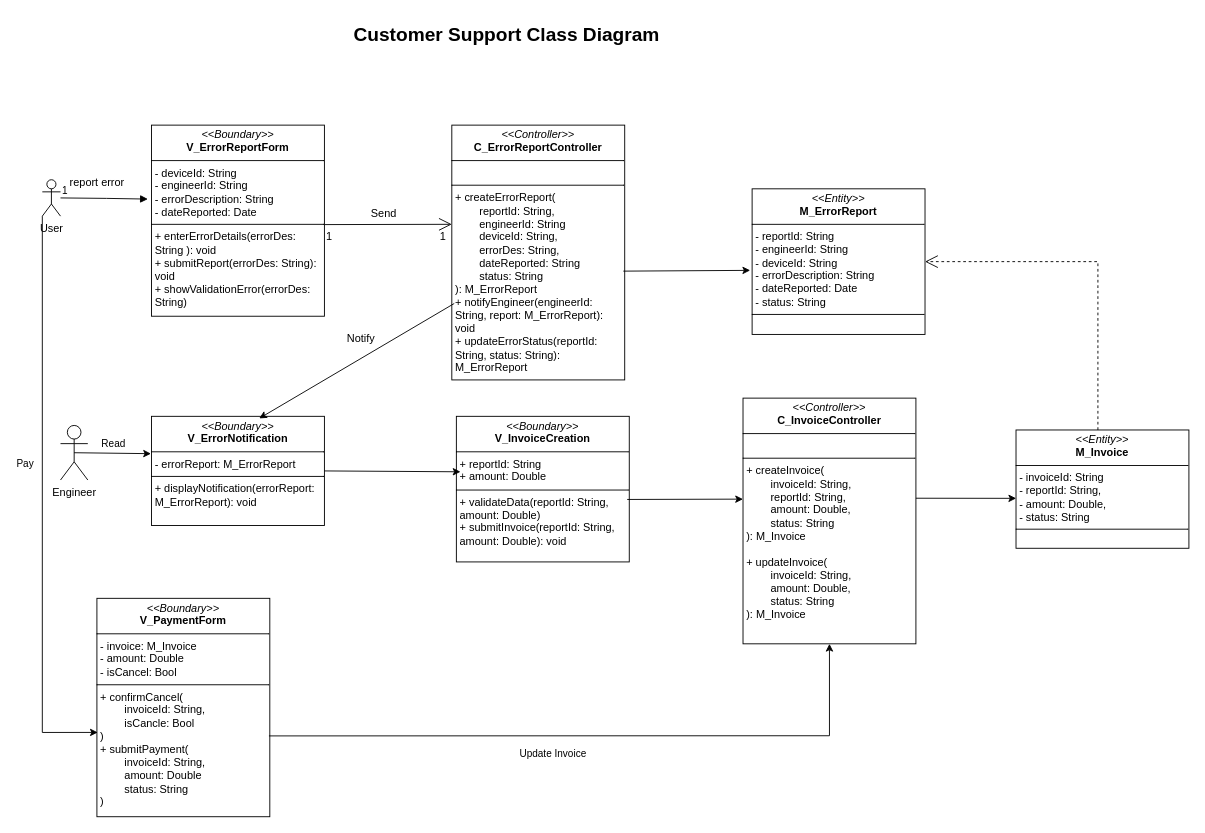
Before: Class diagram/customer_support_class.drawio in cuongceg/BTL-IT3120, a draw.io diagram. Source tidied: cells renumbered, new cells numbered last; positions are measured from the earlier drawing's top-left corner, leaving out a move shared by most shapes. Both pictures are drawn from the tidied source at 91%, with x=0, y=0 at pixel (42, 15).
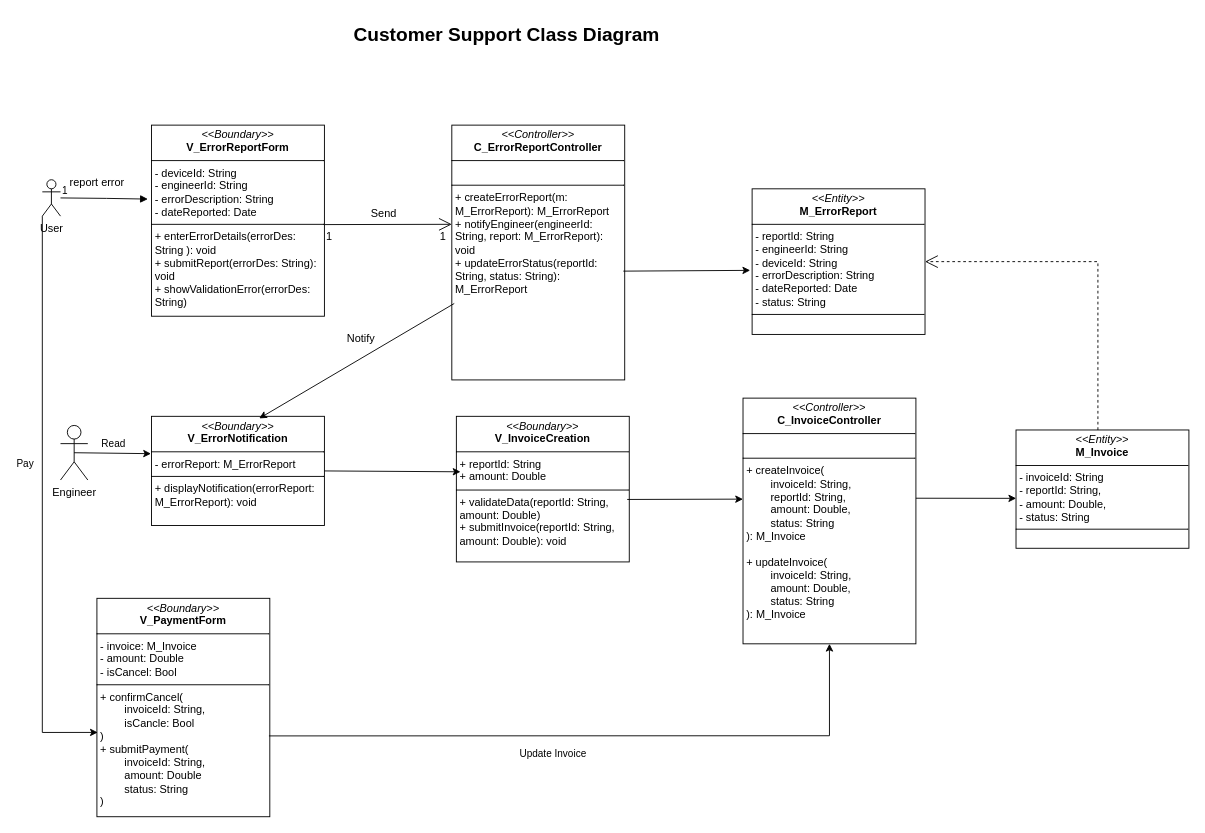
Above is the later version.

Commit message:
fix: pass M_ErrorReport as parameter

What changed in the source:
```diff
@@
-    <mxCell id="5" value="&lt;p style=&quot;margin:0px;margin-top:4px;text-align:center;&quot;&gt;&lt;i&gt;&amp;lt;&amp;lt;Controller&amp;gt;&amp;gt;&lt;/i&gt;&lt;br&gt;&lt;b&gt;C_&lt;/b&gt;&lt;span style=&quot;background-color: transparent; color: light-dark(rgb(0, 0, 0), rgb(255, 255, 255)); text-align: left;&quot;&gt;&lt;b&gt;ErrorReportController&lt;/b&gt;&lt;/span&gt;&lt;/p&gt;&lt;hr size=&quot;1&quot; style=&quot;border-style:solid;&quot;&gt;&lt;p style=&quot;margin:0px;margin-left:4px;&quot;&gt;&lt;br&gt;&lt;/p&gt;&lt;hr size=&quot;1&quot; style=&quot;border-style:solid;&quot;&gt;&lt;p style=&quot;margin:0px;margin-left:4px;&quot;&gt;+&amp;nbsp;&lt;span style=&quot;background-color: transparent; color: light-dark(rgb(0, 0, 0), rgb(255, 255, 255));&quot;&gt;createErrorReport(&lt;/span&gt;&lt;/p&gt;&lt;p style=&quot;margin:0px;margin-left:4px;&quot;&gt;&lt;span style=&quot;background-color: transparent; color: light-dark(rgb(0, 0, 0), rgb(255, 255, 255));&quot;&gt;&lt;span style=&quot;white-space: pre;&quot;&gt;&#9;&lt;/span&gt;reportId: String,&lt;br&gt;&lt;/span&gt;&lt;/p&gt;&lt;p style=&quot;margin:0px;margin-left:4px;&quot;&gt;&lt;span style=&quot;background-color: transparent; color: light-dark(rgb(0, 0, 0), rgb(255, 255, 255));&quot;&gt;&lt;span style=&quot;white-space: pre;&quot;&gt;&#9;&lt;/span&gt;engineerId: String&lt;br&gt;&lt;/span&gt;&lt;/p&gt;&lt;p style=&quot;margin:0px;margin-left:4px;&quot;&gt;&lt;span style=&quot;background-color: transparent; color: light-dark(rgb(0, 0, 0), rgb(255, 255, 255));&quot;&gt;&lt;span style=&quot;white-space: pre;&quot;&gt;&#9;&lt;/span&gt;deviceId: String,&lt;br&gt;&lt;/span&gt;&lt;/p&gt;&lt;p style=&quot;margin:0px;margin-left:4px;&quot;&gt;&lt;span style=&quot;background-color: transparent; color: light-dark(rgb(0, 0, 0), rgb(255, 255, 255));&quot;&gt;&lt;span style=&quot;white-space: pre;&quot;&gt;&#9;&lt;/span&gt;errorDes: String,&lt;br&gt;&lt;/span&gt;&lt;/p&gt;&lt;p style=&quot;margin:0px;margin-left:4px;&quot;&gt;&lt;span style=&quot;white-space: pre;&quot;&gt;&#9;&lt;/span&gt;dateReported: String&lt;br&gt;&lt;/p&gt;&lt;p style=&quot;margin:0px;margin-left:4px;&quot;&gt;&lt;span style=&quot;white-space: pre;&quot;&gt;&#9;&lt;/span&gt;status: String&lt;br&gt;&lt;/p&gt;&lt;p style=&quot;margin:0px;margin-left:4px;&quot;&gt;&lt;span style=&quot;background-color: transparent; color: light-dark(rgb(0, 0, 0), rgb(255, 255, 255));&quot;&gt;): M_ErrorReport&lt;/span&gt;&lt;/p&gt;&lt;p style=&quot;margin:0px;margin-left:4px;&quot;&gt;&lt;span style=&quot;background-color: transparent; color: light-dark(rgb(0, 0, 0), rgb(255, 255, 255));&quot;&gt;+ notifyEngineer(engineerId: String, report: M_ErrorReport): void&amp;nbsp;&lt;/span&gt;&lt;/p&gt;&lt;p style=&quot;margin:0px;margin-left:4px;&quot;&gt;&lt;span style=&quot;background-color: transparent; color: light-dark(rgb(0, 0, 0), rgb(255, 255, 255));&quot;&gt;+ updateErrorStatus(reportId: String, status: String): M_ErrorReport&lt;/span&gt;&lt;/p&gt;" style="verticalAlign=top;align=left;overflow=fill;html=1;whiteSpace=wrap;" parent="1" vertex="1">
+    <mxCell id="5" value="&lt;p style=&quot;margin:0px;margin-top:4px;text-align:center;&quot;&gt;&lt;i&gt;&amp;lt;&amp;lt;Controller&amp;gt;&amp;gt;&lt;/i&gt;&lt;br&gt;&lt;b&gt;C_&lt;/b&gt;&lt;span style=&quot;background-color: transparent; color: light-dark(rgb(0, 0, 0), rgb(255, 255, 255)); text-align: left;&quot;&gt;&lt;b&gt;ErrorReportController&lt;/b&gt;&lt;/span&gt;&lt;/p&gt;&lt;hr size=&quot;1&quot; style=&quot;border-style:solid;&quot;&gt;&lt;p style=&quot;margin:0px;margin-left:4px;&quot;&gt;&lt;br&gt;&lt;/p&gt;&lt;hr size=&quot;1&quot; style=&quot;border-style:solid;&quot;&gt;&lt;p style=&quot;margin:0px;margin-left:4px;&quot;&gt;+&amp;nbsp;&lt;span style=&quot;background-color: transparent; color: light-dark(rgb(0, 0, 0), rgb(255, 255, 255));&quot;&gt;createErrorReport(m: M_ErrorReport&lt;/span&gt;&lt;span style=&quot;background-color: transparent; color: light-dark(rgb(0, 0, 0), rgb(255, 255, 255));&quot;&gt;): M_ErrorReport&lt;/span&gt;&lt;/p&gt;&lt;p style=&quot;margin:0px;margin-left:4px;&quot;&gt;&lt;span style=&quot;background-color: transparent; color: light-dark(rgb(0, 0, 0), rgb(255, 255, 255));&quot;&gt;+ notifyEngineer(engineerId: String, report: M_ErrorReport): void&amp;nbsp;&lt;/span&gt;&lt;/p&gt;&lt;p style=&quot;margin:0px;margin-left:4px;&quot;&gt;&lt;span style=&quot;background-color: transparent; color: light-dark(rgb(0, 0, 0), rgb(255, 255, 255));&quot;&gt;+ updateErrorStatus(reportId: String, status: String): M_ErrorReport&lt;/span&gt;&lt;/p&gt;" style="verticalAlign=top;align=left;overflow=fill;html=1;whiteSpace=wrap;" parent="1" vertex="1">
       <mxGeometry x="450" y="120" width="190" height="280" as="geometry" />
     </mxCell>
```
